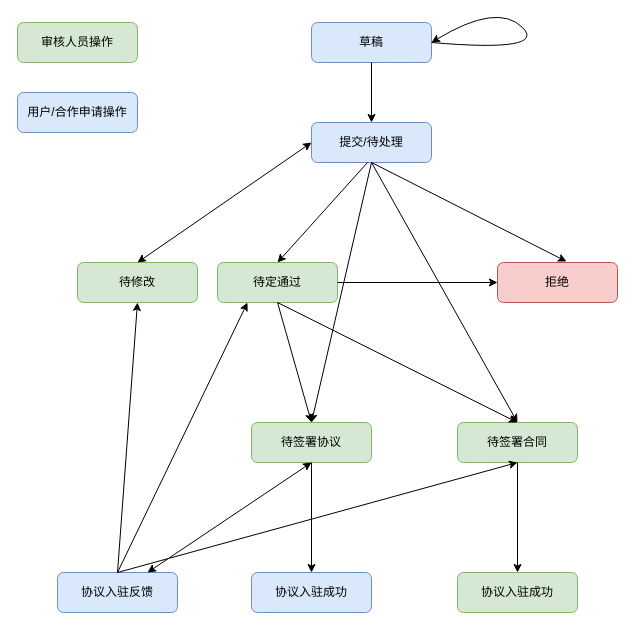
Earlier version of the draw.io diagram draws/规模化流程流转.drawio (neoxue/simple-tools). Source tidied: cells renumbered, new cells numbered last; positions are measured from the earlier drawing's top-left corner, leaving out a move shared by most shapes. Both pictures are drawn from the tidied source at 100%, with x=0, y=0 at pixel (17, 2).
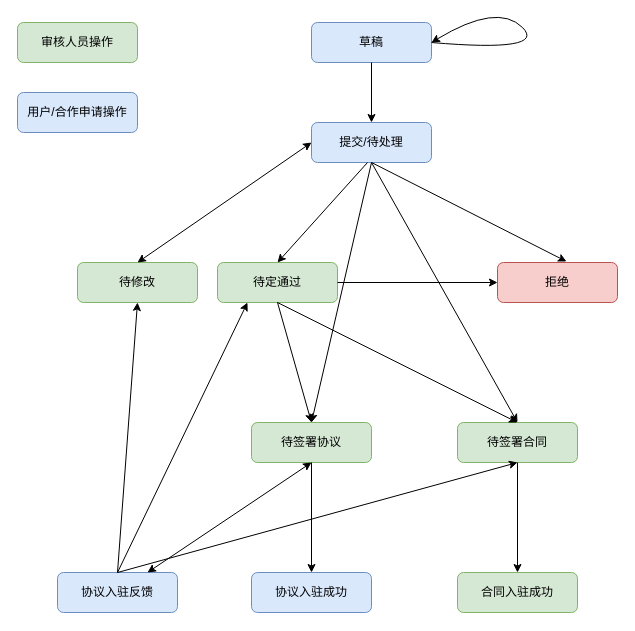
The same page after the edit.

Commit message:
Update 规模化流程流转.drawio

The edit, as a diff of the source:
```diff
@@
-    <mxCell id="17" value="协议入驻成功" style="rounded=1;whiteSpace=wrap;html=1;fontSize=12;glass=0;strokeWidth=1;shadow=0;fillColor=#d5e8d4;strokeColor=#82b366;" parent="1" vertex="1">
+    <mxCell id="17" value="合同入驻成功" style="rounded=1;whiteSpace=wrap;html=1;fontSize=12;glass=0;strokeWidth=1;shadow=0;fillColor=#d5e8d4;strokeColor=#82b366;" parent="1" vertex="1">
       <mxGeometry x="440" y="570" width="120" height="40" as="geometry" />
     </mxCell>
```
